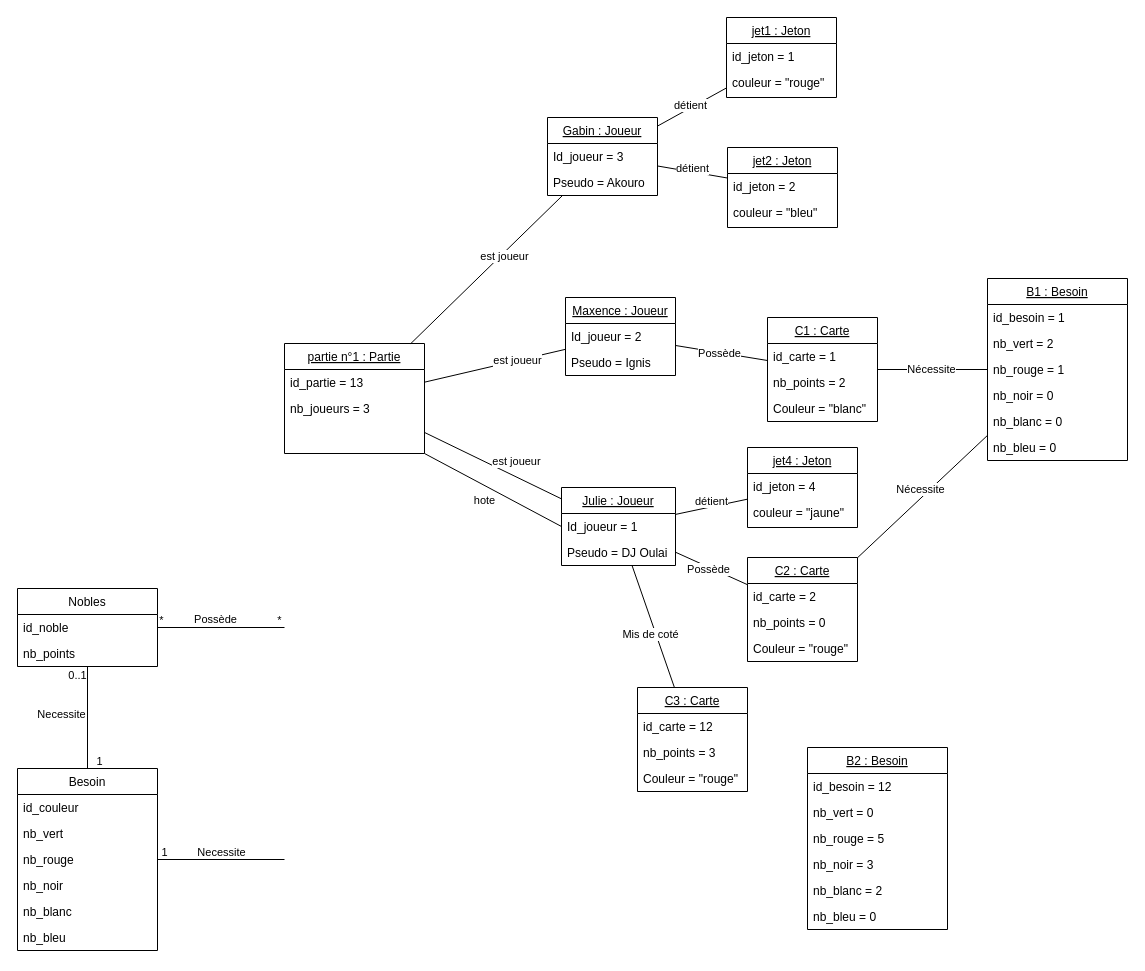
Igniiis/projet_splendor keeps this draw.io diagram as Diagrammes/Diagramme objet.drawio. Above is the earlier version. Source tidied: cells renumbered, new cells numbered last; positions are measured from the earlier drawing's top-left corner, leaving out a move shared by most shapes. Both pictures are drawn from the tidied source at 100%, with x=0, y=0 at pixel (17, 17).
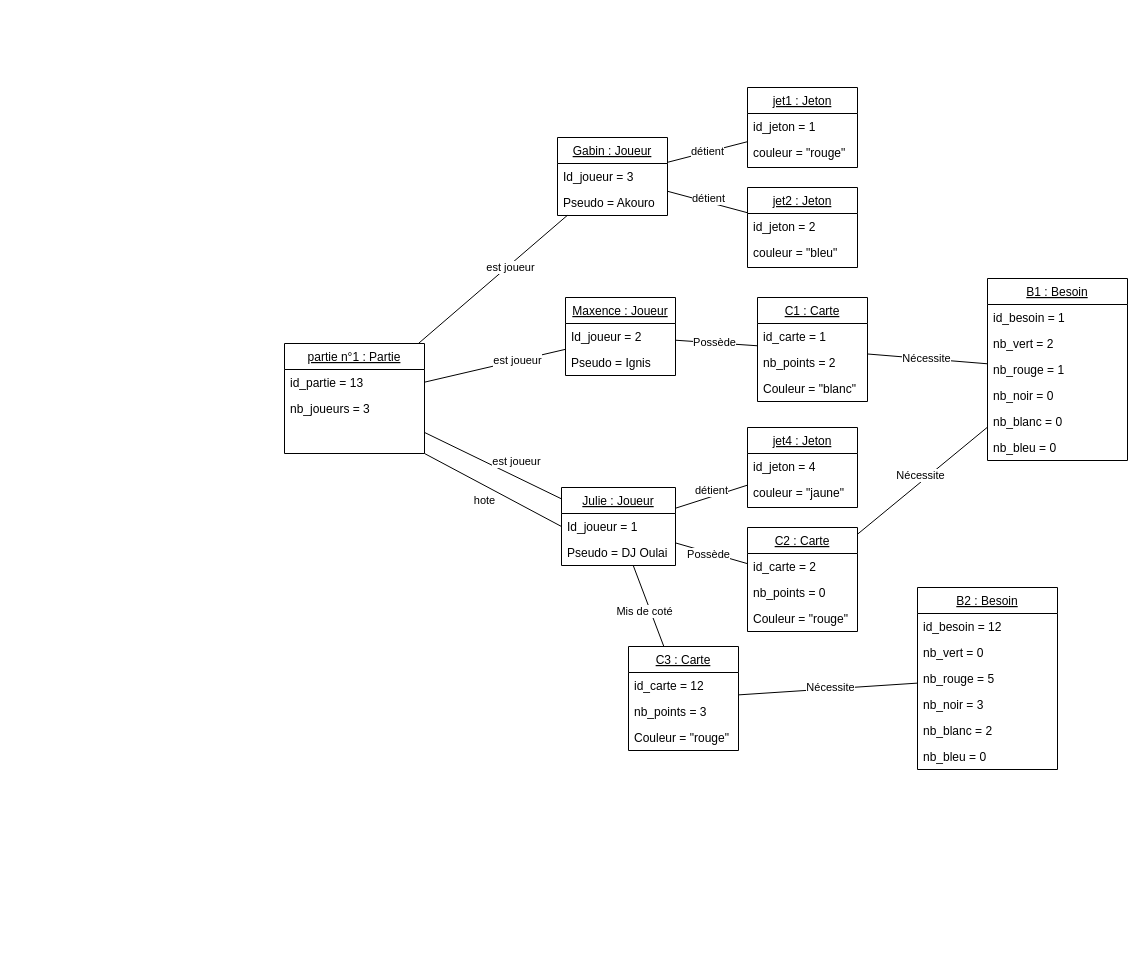
After the change.

Commit message (it also covers changes not shown here):
Mettre à jour Diagramme objet.drawio

Diff of the diagram source:
```diff
@@
-    <mxCell id="7" value="Nobles" style="swimlane;fontStyle=0;align=center;verticalAlign=top;horizontal=1;startSize=26;rounded=0;shadow=0;strokeWidth=1;" parent="1" vertex="1">
-      <mxGeometry y="571" width="140" height="78" as="geometry" />
-    </mxCell>
-    <mxCell id="8" value="id_noble" style="text;align=left;verticalAlign=top;spacingLeft=4;spacingRight=4;overflow=hidden;" parent="7" vertex="1">
-      <mxGeometry y="26" width="140" height="26" as="geometry" />
-    </mxCell>
-    <mxCell id="9" value="nb_points" style="text;align=left;verticalAlign=top;spacingLeft=4;spacingRight=4;overflow=hidden;rounded=0;shadow=0;html=0;" parent="7" vertex="1">
-      <mxGeometry y="52" width="140" height="26" as="geometry" />
-    </mxCell>
-    <mxCell id="10" style="endArrow=none;html=1;rounded=0;" parent="1" edge="1" source="7">
-      <mxGeometry relative="1" as="geometry">
-        <mxPoint x="267" y="610" as="targetPoint" />
-      </mxGeometry>
-    </mxCell>
-    <mxCell id="11" value="Possède" style="edgeLabel;html=1;align=center;verticalAlign=middle;" parent="10" vertex="1">
-      <mxGeometry x="0.11" y="2" relative="1" as="geometry">
-        <mxPoint x="-13" y="-7" as="offset" />
-      </mxGeometry>
-    </mxCell>
-    <mxCell id="12" value="*" style="edgeLabel;html=1;align=center;verticalAlign=middle;" parent="10" vertex="1">
-      <mxGeometry x="0.89" y="1" relative="1" as="geometry">
-        <mxPoint x="1" y="-7" as="offset" />
-      </mxGeometry>
-    </mxCell>
-    <mxCell id="13" value="*" style="edgeLabel;html=1;align=center;verticalAlign=middle;" parent="10" vertex="1">
-      <mxGeometry x="-0.81" y="-3" relative="1" as="geometry">
-        <mxPoint x="-9" y="-11" as="offset" />
-      </mxGeometry>
-    </mxCell>
@@
-    <mxCell id="16" value="Besoin" style="swimlane;fontStyle=0;align=center;verticalAlign=top;horizontal=1;startSize=26;rounded=0;shadow=0;strokeWidth=1;" parent="1" vertex="1">
-      <mxGeometry y="751" width="140" height="182" as="geometry" />
-    </mxCell>
-    <mxCell id="17" value="id_couleur" style="text;align=left;verticalAlign=top;spacingLeft=4;spacingRight=4;overflow=hidden;" parent="16" vertex="1">
-      <mxGeometry y="26" width="140" height="26" as="geometry" />
-    </mxCell>
-    <mxCell id="18" value="nb_vert" style="text;align=left;verticalAlign=top;spacingLeft=4;spacingRight=4;overflow=hidden;" parent="16" vertex="1">
-      <mxGeometry y="52" width="140" height="26" as="geometry" />
-    </mxCell>
-    <mxCell id="19" value="nb_rouge" style="text;align=left;verticalAlign=top;spacingLeft=4;spacingRight=4;overflow=hidden;" parent="16" vertex="1">
-      <mxGeometry y="78" width="140" height="26" as="geometry" />
-    </mxCell>
-    <mxCell id="20" value="nb_noir" style="text;align=left;verticalAlign=top;spacingLeft=4;spacingRight=4;overflow=hidden;" parent="16" vertex="1">
-      <mxGeometry y="104" width="140" height="26" as="geometry" />
-    </mxCell>
-    <mxCell id="21" value="nb_blanc" style="text;align=left;verticalAlign=top;spacingLeft=4;spacingRight=4;overflow=hidden;" parent="16" vertex="1">
-      <mxGeometry y="130" width="140" height="26" as="geometry" />
-    </mxCell>
-    <mxCell id="22" value="nb_bleu" style="text;align=left;verticalAlign=top;spacingLeft=4;spacingRight=4;overflow=hidden;" parent="16" vertex="1">
-      <mxGeometry y="156" width="140" height="26" as="geometry" />
-    </mxCell>
-    <mxCell id="23" style="endArrow=none;html=1;rounded=0;" parent="1" edge="1" source="7" target="16">
-      <mxGeometry relative="1" as="geometry" />
-    </mxCell>
-    <mxCell id="24" value="Necessite" style="edgeLabel;html=1;align=center;verticalAlign=middle;" parent="23" vertex="1">
-      <mxGeometry x="0.11" y="2" relative="1" as="geometry">
-        <mxPoint x="-29" y="-10" as="offset" />
-      </mxGeometry>
-    </mxCell>
-    <mxCell id="25" value="1" style="edgeLabel;html=1;align=center;verticalAlign=middle;" parent="23" vertex="1">
-      <mxGeometry x="0.89" y="1" relative="1" as="geometry">
-        <mxPoint x="10" y="-2" as="offset" />
-      </mxGeometry>
-    </mxCell>
-    <mxCell id="26" value="0..1" style="edgeLabel;html=1;align=center;verticalAlign=middle;" parent="23" vertex="1">
-      <mxGeometry x="-0.81" y="-3" relative="1" as="geometry">
-        <mxPoint x="-8" y="-2" as="offset" />
-      </mxGeometry>
-    </mxCell>
-    <mxCell id="27" style="endArrow=none;html=1;rounded=0;" parent="1" edge="1" target="16">
-      <mxGeometry relative="1" as="geometry">
-        <mxPoint x="267" y="842" as="sourcePoint" />
-      </mxGeometry>
-    </mxCell>
-    <mxCell id="28" value="Necessite" style="edgeLabel;html=1;align=center;verticalAlign=middle;" parent="27" vertex="1">
-      <mxGeometry x="0.11" y="2" relative="1" as="geometry">
-        <mxPoint x="6" y="-10" as="offset" />
-      </mxGeometry>
-    </mxCell>
-    <mxCell id="29" value="1" style="edgeLabel;html=1;align=center;verticalAlign=middle;" parent="27" vertex="1">
-      <mxGeometry x="0.89" y="1" relative="1" as="geometry">
-        <mxPoint x="-1" y="-9" as="offset" />
-      </mxGeometry>
-    </mxCell>
     <mxCell id="30" value="Gabin : Joueur" style="swimlane;fontStyle=4;align=center;verticalAlign=top;horizontal=1;startSize=26;rounded=0;shadow=0;strokeWidth=1;" parent="1" vertex="1">
-      <mxGeometry x="530" y="100" width="110" height="78" as="geometry" />
+      <mxGeometry x="540" y="120" width="110" height="78" as="geometry" />
     </mxCell>
@@
     <mxCell id="43" value="jet1 : Jeton" style="swimlane;fontStyle=4;align=center;verticalAlign=top;horizontal=1;startSize=26;rounded=0;shadow=0;strokeWidth=1;" parent="1" vertex="1">
-      <mxGeometry x="709" width="110" height="80" as="geometry" />
+      <mxGeometry x="730" y="70" width="110" height="80" as="geometry" />
     </mxCell>
@@
     <mxCell id="46" value="jet2 : Jeton" style="swimlane;fontStyle=4;align=center;verticalAlign=top;horizontal=1;startSize=26;rounded=0;shadow=0;strokeWidth=1;" parent="1" vertex="1">
-      <mxGeometry x="710" y="130" width="110" height="80" as="geometry" />
+      <mxGeometry x="730" y="170" width="110" height="80" as="geometry" />
     </mxCell>
@@
     <mxCell id="53" value="jet4 : Jeton" style="swimlane;fontStyle=4;align=center;verticalAlign=top;horizontal=1;startSize=26;rounded=0;shadow=0;strokeWidth=1;" parent="1" vertex="1">
-      <mxGeometry x="730" y="430" width="110" height="80" as="geometry" />
+      <mxGeometry x="730" y="410" width="110" height="80" as="geometry" />
     </mxCell>
@@
     <mxCell id="58" value="C1 : Carte" style="swimlane;fontStyle=4;align=center;verticalAlign=top;horizontal=1;startSize=26;rounded=0;shadow=0;strokeWidth=1;" parent="1" vertex="1">
-      <mxGeometry x="750" y="300" width="110" height="104" as="geometry" />
+      <mxGeometry x="740" y="280" width="110" height="104" as="geometry" />
     </mxCell>
@@
     <mxCell id="64" value="C2 : Carte" style="swimlane;fontStyle=4;align=center;verticalAlign=top;horizontal=1;startSize=26;rounded=0;shadow=0;strokeWidth=1;" parent="1" vertex="1">
-      <mxGeometry x="730" y="540" width="110" height="104" as="geometry" />
+      <mxGeometry x="730" y="510" width="110" height="104" as="geometry" />
     </mxCell>
@@
     <mxCell id="70" value="C3 : Carte" style="swimlane;fontStyle=4;align=center;verticalAlign=top;horizontal=1;startSize=26;rounded=0;shadow=0;strokeWidth=1;" parent="1" vertex="1">
-      <mxGeometry x="620" y="670" width="110" height="104" as="geometry" />
+      <mxGeometry x="611" y="629" width="110" height="104" as="geometry" />
     </mxCell>
@@
     <mxCell id="87" value="B2 : Besoin" style="swimlane;fontStyle=4;align=center;verticalAlign=top;horizontal=1;startSize=26;rounded=0;shadow=0;strokeWidth=1;" parent="1" vertex="1">
-      <mxGeometry x="790" y="730" width="140" height="182" as="geometry" />
+      <mxGeometry x="900" y="570" width="140" height="182" as="geometry" />
     </mxCell>
@@
+    <mxCell id="94" style="endArrow=none;html=1;rounded=0;" parent="1" edge="1" source="70" target="87">
+      <mxGeometry relative="1" as="geometry" />
+    </mxCell>
+    <mxCell id="95" value="Nécessite" style="edgeLabel;html=1;align=center;verticalAlign=middle;" parent="94" vertex="1">
+      <mxGeometry x="0.11" y="2" relative="1" as="geometry">
+        <mxPoint x="-8" y="1" as="offset" />
+      </mxGeometry>
+    </mxCell>
```
